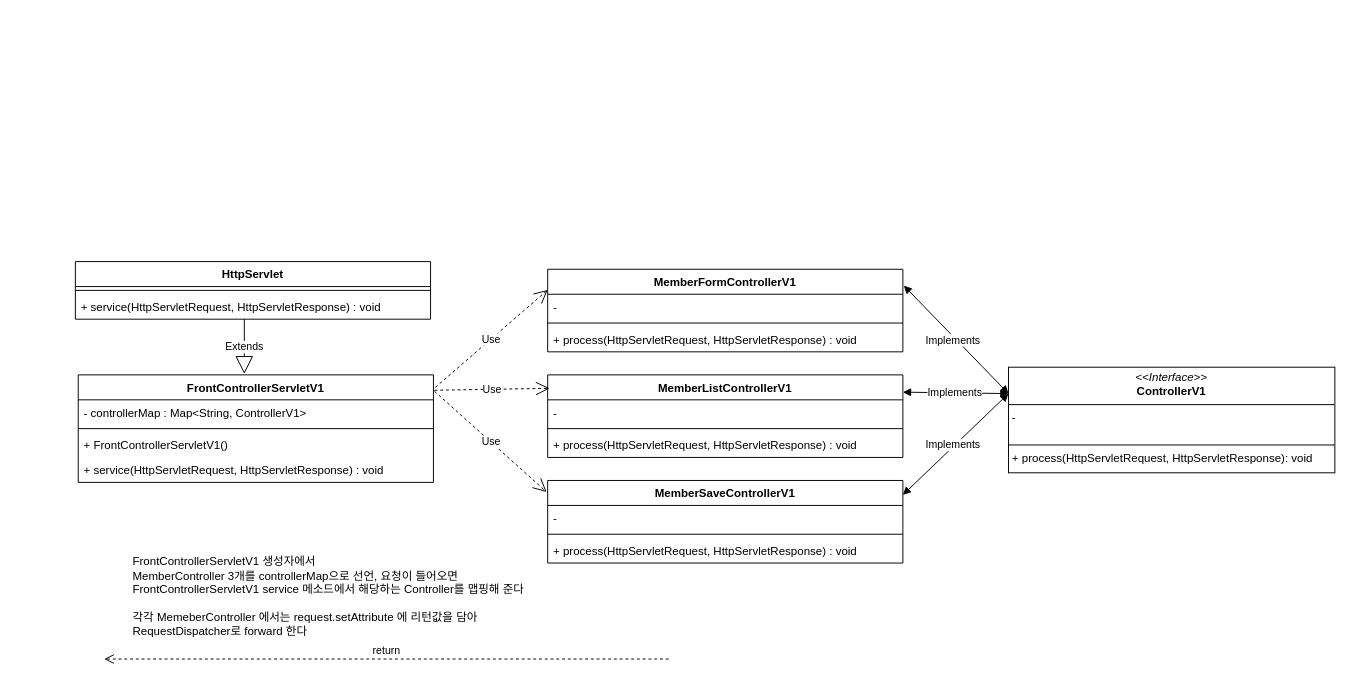
realllbro/draw keeps this draw.io diagram as page "v1" (1 of 5) of kimyh_servlet.drawio. Above is the earlier version. Source tidied: cells renumbered, new cells numbered last; positions are measured from the earlier drawing's top-left corner, leaving out a move shared by most shapes. Both pictures are drawn from the tidied source at 96%, with x=0, y=0 at pixel (75, 261).
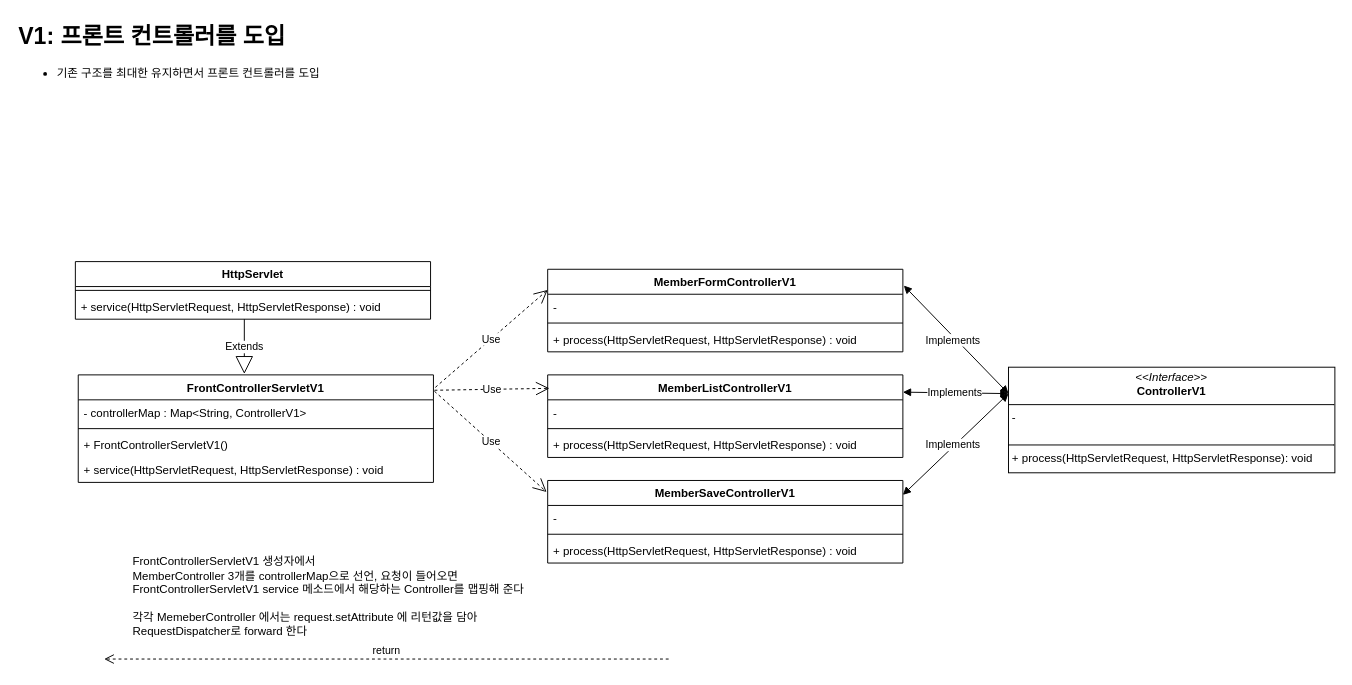
The same page after the edit.

Change to the diagram source:
```diff
@@
+    <mxCell id="35" value="&lt;h1 style=&quot;margin-top: 0px;&quot;&gt;V1: 프론트 컨트롤러를 도입&lt;/h1&gt;&lt;div&gt;&lt;ul&gt;&lt;li&gt;기존 구조를 최대한 유지하면서 프론트 컨트롤러를 도입&lt;/li&gt;&lt;/ul&gt;&lt;/div&gt;&lt;p&gt;&lt;/p&gt;" style="text;html=1;whiteSpace=wrap;overflow=hidden;rounded=0;" parent="1" vertex="1">
+      <mxGeometry x="-61" y="-255" width="485" height="101" as="geometry" />
+    </mxCell>
```
